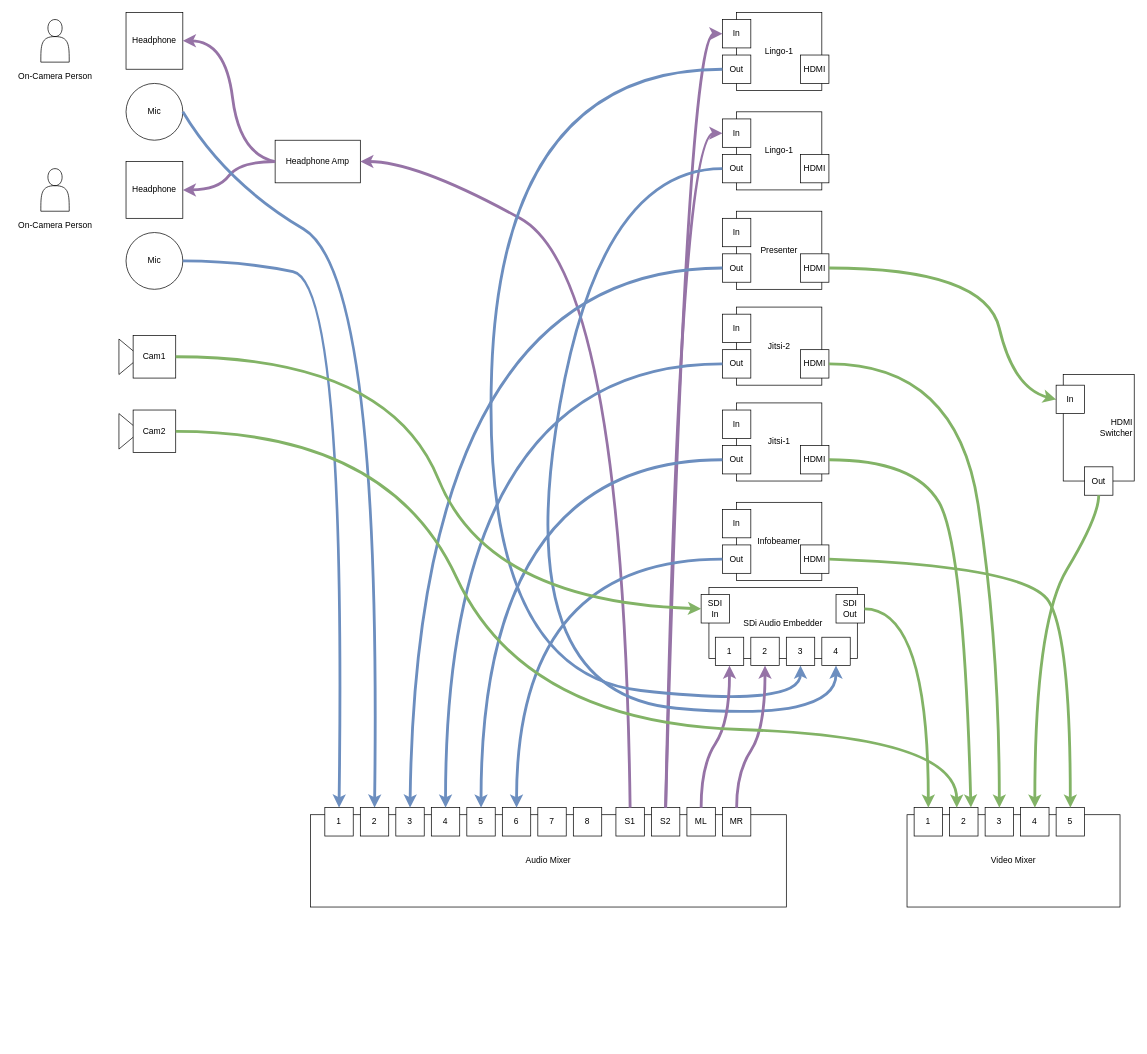
Earlier version of the draw.io diagram csh-setup.drawio (stblassitude/csh-setup). Source tidied: cells renumbered, new cells numbered last; positions are measured from the earlier drawing's top-left corner, leaving out a move shared by most shapes. Both pictures are drawn from the tidied source at 71%, with x=0, y=0 at pixel (12, 12).
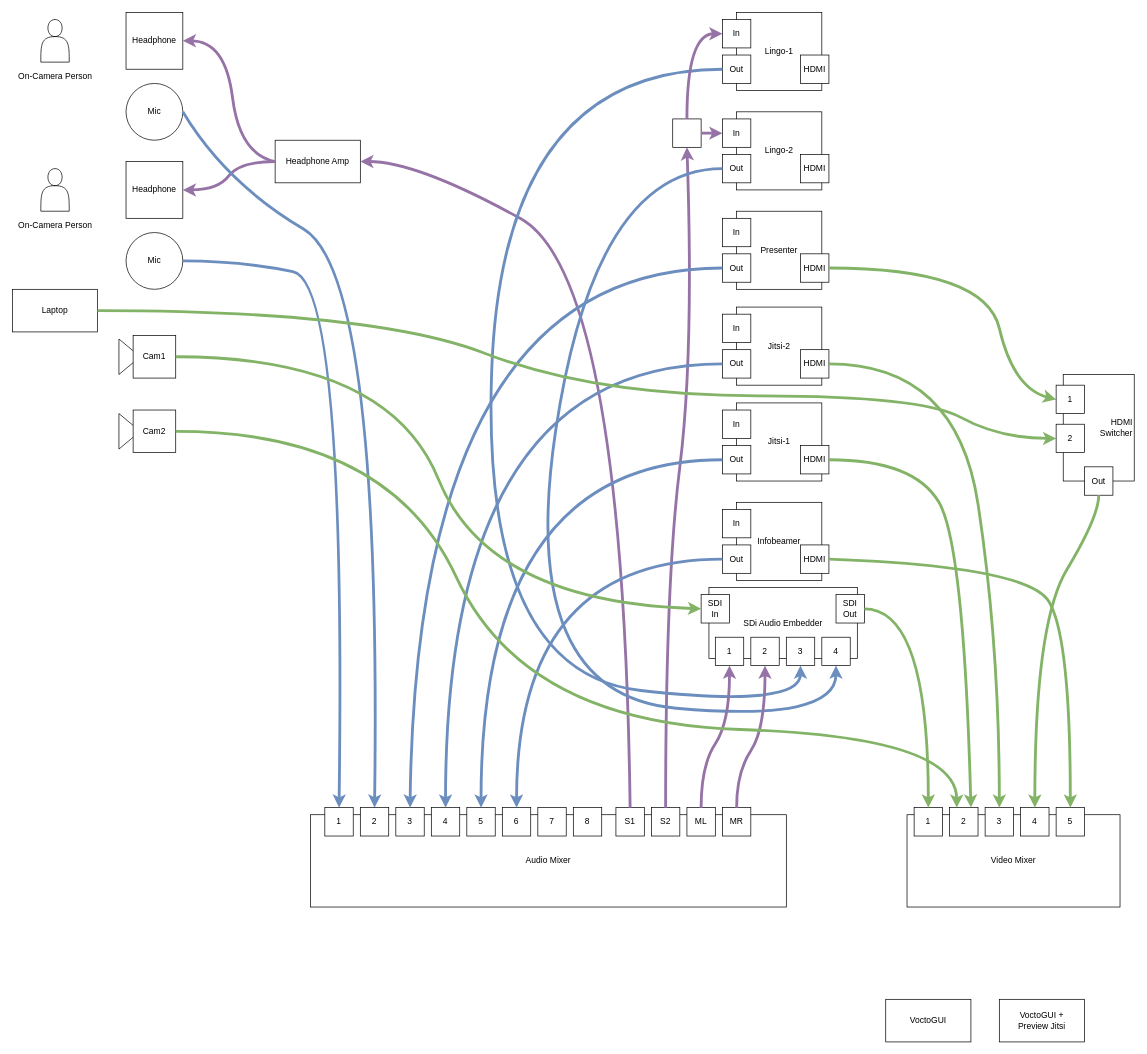
Above is the later version.

Commit message:
Preview/GUI

Unchanged cells that the change refers to:
```xml
<mxCell id="22" value="S2" style="whiteSpace=wrap;html=1;" parent="1" vertex="1">
  <mxGeometry x="900" y="1120" width="40" height="40" as="geometry" />
</mxCell>
<mxCell id="24" value="In" style="whiteSpace=wrap;html=1;" parent="1" vertex="1">
  <mxGeometry x="1000" y="10" width="40" height="40" as="geometry" />
</mxCell>
<mxCell id="27" value="In" style="whiteSpace=wrap;html=1;" parent="1" vertex="1">
  <mxGeometry x="1000" y="150" width="40" height="40" as="geometry" />
</mxCell>
```

Change to the diagram source:
```diff
@@
-    <mxCell id="26" value="Lingo-1" style="rounded=0;whiteSpace=wrap;html=1;" parent="1" vertex="1">
+    <mxCell id="26" value="Lingo-2" style="rounded=0;whiteSpace=wrap;html=1;" parent="1" vertex="1">
       <mxGeometry x="1020" y="140" width="120" height="110" as="geometry" />
     </mxCell>
@@
-    <mxCell id="29" style="curved=1;endArrow=classic;html=1;rounded=0;exitX=0.5;exitY=0;exitDx=0;exitDy=0;entryX=0;entryY=0.5;entryDx=0;entryDy=0;fillColor=#e1d5e7;strokeColor=#9673a6;endSize=6;strokeWidth=4;" parent="1" edge="1" source="22" target="27">
-      <mxGeometry relative="1" as="geometry">
-        <Array as="points">
-          <mxPoint x="940" y="170" />
-        </Array>
-      </mxGeometry>
-    </mxCell>
-    <mxCell id="30" style="curved=1;endArrow=classic;html=1;rounded=0;entryX=0;entryY=0.5;entryDx=0;entryDy=0;fillColor=#e1d5e7;strokeColor=#9673a6;endSize=6;strokeWidth=4;exitX=0.5;exitY=0;exitDx=0;exitDy=0;" parent="1" edge="1" source="22" target="24">
+    <mxCell id="30" style="curved=1;endArrow=classic;html=1;rounded=0;entryX=0.5;entryY=1;entryDx=0;entryDy=0;fillColor=#e1d5e7;strokeColor=#9673a6;endSize=6;strokeWidth=4;exitX=0.5;exitY=0;exitDx=0;exitDy=0;" parent="1" edge="1" source="22" target="96">
       <mxGeometry relative="1" as="geometry">
         <Array as="points">
-          <mxPoint x="950" y="30" />
+          <mxPoint x="920" y="800" />
+          <mxPoint x="960" y="480" />
         </Array>
       </mxGeometry>
     </mxCell>
@@
-    <mxCell id="70" value="In" style="whiteSpace=wrap;html=1;" parent="1" vertex="1">
+    <mxCell id="70" value="1" style="whiteSpace=wrap;html=1;" parent="1" vertex="1">
       <mxGeometry x="1470" y="525" width="40" height="40" as="geometry" />
     </mxCell>
@@
+    <mxCell id="93" value="Laptop" style="rounded=0;whiteSpace=wrap;html=1;" parent="1" vertex="1">
+      <mxGeometry y="390" width="120" height="60" as="geometry" />
+    </mxCell>
+    <mxCell id="94" style="curved=1;endArrow=classic;html=1;rounded=0;fillColor=#d5e8d4;strokeColor=#82b366;strokeWidth=4;exitX=1;exitY=0.5;exitDx=0;exitDy=0;entryX=0;entryY=0.5;entryDx=0;entryDy=0;" parent="1" edge="1" source="93" target="95">
+      <mxGeometry relative="1" as="geometry">
+        <Array as="points">
+          <mxPoint x="510" y="420" />
+          <mxPoint x="820" y="540" />
+          <mxPoint x="1280" y="540" />
+          <mxPoint x="1390" y="600" />
+        </Array>
+      </mxGeometry>
+    </mxCell>
+    <mxCell id="95" value="2" style="whiteSpace=wrap;html=1;" parent="1" vertex="1">
+      <mxGeometry x="1470" y="580" width="40" height="40" as="geometry" />
+    </mxCell>
+    <mxCell id="96" style="whiteSpace=wrap;html=1;" parent="1" vertex="1">
+      <mxGeometry x="930" y="150" width="40" height="40" as="geometry" />
+    </mxCell>
+    <mxCell id="97" style="curved=1;endArrow=classic;html=1;rounded=0;entryX=0;entryY=0.5;entryDx=0;entryDy=0;exitX=0.5;exitY=0;exitDx=0;exitDy=0;strokeWidth=4;fillColor=#e1d5e7;strokeColor=#9673a6;" parent="1" edge="1" source="96" target="24">
+      <mxGeometry relative="1" as="geometry">
+        <Array as="points">
+          <mxPoint x="950" y="30" />
+        </Array>
+      </mxGeometry>
+    </mxCell>
+    <mxCell id="98" style="curved=1;endArrow=classic;html=1;rounded=0;entryX=0;entryY=0.5;entryDx=0;entryDy=0;exitX=1;exitY=0.5;exitDx=0;exitDy=0;strokeWidth=4;fillColor=#e1d5e7;strokeColor=#9673a6;" parent="1" edge="1" source="96" target="27">
+      <mxGeometry relative="1" as="geometry" />
+    </mxCell>
+    <mxCell id="99" value="VoctoGUI" style="rounded=0;whiteSpace=wrap;html=1;" parent="1" vertex="1">
+      <mxGeometry x="1230" y="1390" width="120" height="60" as="geometry" />
+    </mxCell>
+    <mxCell id="100" value="VoctoGUI +&lt;br&gt;Preview Jitsi" style="rounded=0;whiteSpace=wrap;html=1;" parent="1" vertex="1">
+      <mxGeometry x="1390" y="1390" width="120" height="60" as="geometry" />
+    </mxCell>
```
